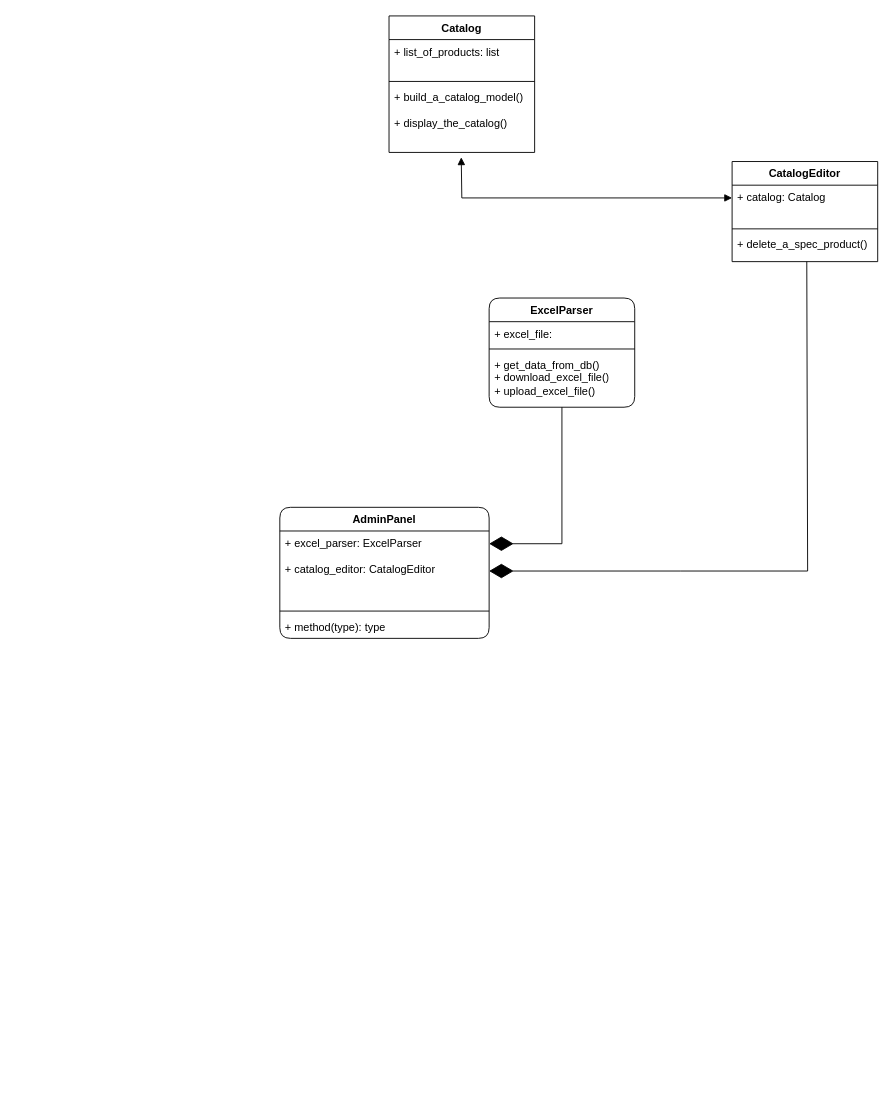
This is pantry_59_bot.drawio from gderpy/pantry_nytva_bot, a draw.io file, before an edit. Source tidied: cells renumbered, new cells numbered last; positions are measured from the earlier drawing's top-left corner, leaving out a move shared by most shapes. Both pictures are drawn from the tidied source at 91%, with x=0, y=0 at pixel (279, 15).
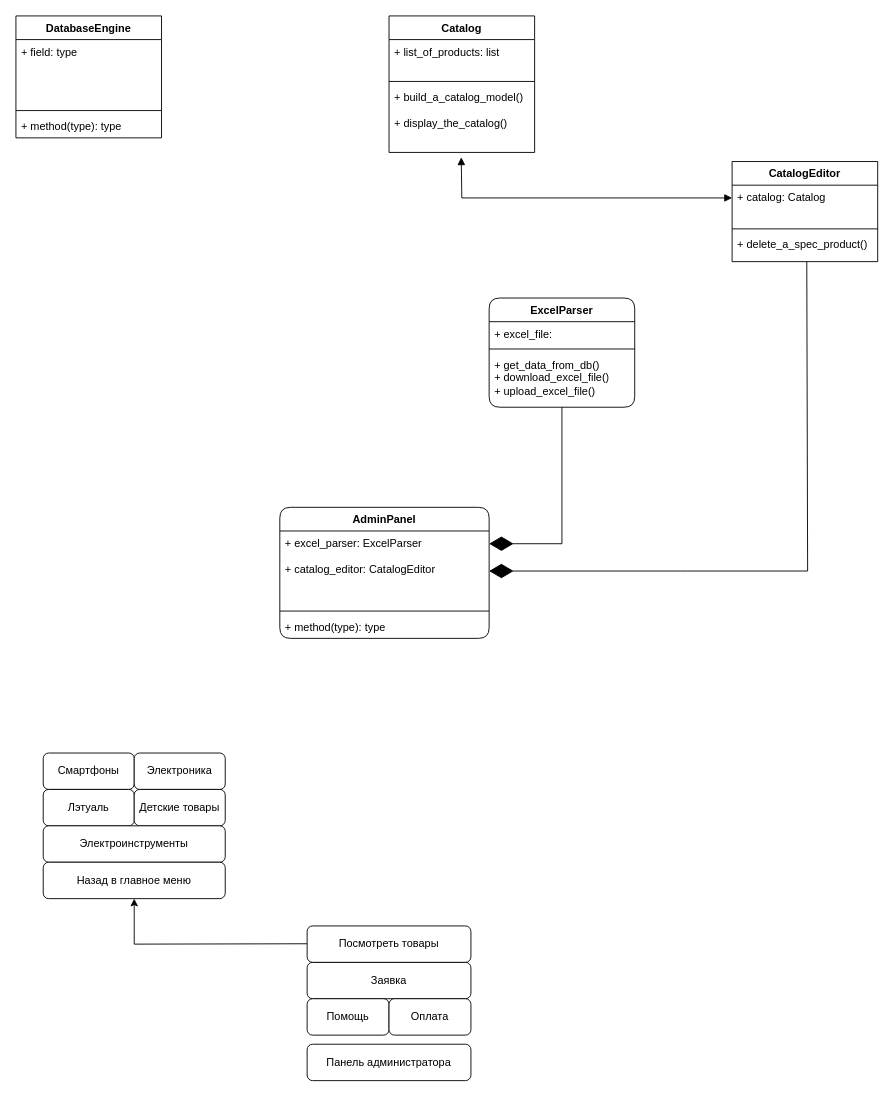
After the change.

Commit message:
Немного добавили схему меню.drawio

Diff of the diagram source:
```diff
@@
+    <mxCell id="21" value="DatabaseEngine" style="swimlane;fontStyle=1;align=center;verticalAlign=top;horizontal=1;startSize=26;whiteSpace=wrap;html=1;" parent="1" vertex="1">
+      <mxGeometry x="-290" width="160" height="134" as="geometry" />
+    </mxCell>
+    <mxCell id="22" value="+ field: type" style="text;strokeColor=none;fillColor=none;align=left;verticalAlign=top;spacingLeft=4;spacingRight=4;overflow=hidden;whiteSpace=wrap;html=1;" parent="21" vertex="1">
+      <mxGeometry y="26" width="160" height="74" as="geometry" />
+    </mxCell>
+    <mxCell id="23" style="line;strokeWidth=1;fillColor=none;align=left;verticalAlign=middle;spacingTop=-1;spacingLeft=3;spacingRight=3;labelPosition=right;strokeColor=inherit;" parent="21" vertex="1">
+      <mxGeometry y="100" width="160" height="8" as="geometry" />
+    </mxCell>
+    <mxCell id="24" value="+ method(type): type" style="text;strokeColor=none;fillColor=none;align=left;verticalAlign=top;spacingLeft=4;spacingRight=4;overflow=hidden;whiteSpace=wrap;html=1;" parent="21" vertex="1">
+      <mxGeometry y="108" width="160" height="26" as="geometry" />
+    </mxCell>
+    <mxCell id="25" value="Заявка" style="rounded=1;whiteSpace=wrap;html=1;" parent="1" vertex="1">
+      <mxGeometry x="30" y="1040" width="180" height="40" as="geometry" />
+    </mxCell>
+    <mxCell id="26" value="Посмотреть товары" style="rounded=1;whiteSpace=wrap;html=1;strokeWidth=1;" parent="1" vertex="1">
+      <mxGeometry x="30" y="1000" width="180" height="40" as="geometry" />
+    </mxCell>
+    <mxCell id="27" value="Помощь" style="rounded=1;whiteSpace=wrap;html=1;" parent="1" vertex="1">
+      <mxGeometry x="30" y="1080" width="90" height="40" as="geometry" />
+    </mxCell>
+    <mxCell id="28" value="Оплата" style="rounded=1;whiteSpace=wrap;html=1;" parent="1" vertex="1">
+      <mxGeometry x="120" y="1080" width="90" height="40" as="geometry" />
+    </mxCell>
+    <mxCell id="29" value="Смартфоны" style="rounded=1;whiteSpace=wrap;html=1;" parent="1" vertex="1">
+      <mxGeometry x="-260" y="810" width="100" height="40" as="geometry" />
+    </mxCell>
+    <mxCell id="30" value="Электроника" style="rounded=1;whiteSpace=wrap;html=1;" parent="1" vertex="1">
+      <mxGeometry x="-160" y="810" width="100" height="40" as="geometry" />
+    </mxCell>
+    <mxCell id="31" value="Лэтуаль" style="rounded=1;whiteSpace=wrap;html=1;" parent="1" vertex="1">
+      <mxGeometry x="-260" y="850" width="100" height="40" as="geometry" />
+    </mxCell>
+    <mxCell id="32" value="Детские товары" style="rounded=1;whiteSpace=wrap;html=1;" parent="1" vertex="1">
+      <mxGeometry x="-160" y="850" width="100" height="40" as="geometry" />
+    </mxCell>
+    <mxCell id="33" value="Электроинструменты" style="rounded=1;whiteSpace=wrap;html=1;" parent="1" vertex="1">
+      <mxGeometry x="-260" y="890" width="200" height="40" as="geometry" />
+    </mxCell>
+    <mxCell id="34" value="Назад в главное меню" style="rounded=1;whiteSpace=wrap;html=1;" parent="1" vertex="1">
+      <mxGeometry x="-260" y="930" width="200" height="40" as="geometry" />
+    </mxCell>
+    <mxCell id="35" style="endArrow=classic;html=1;rounded=0;entryX=0.5;entryY=1;entryDx=0;entryDy=0;" parent="1" edge="1" target="34">
+      <mxGeometry relative="1" as="geometry">
+        <mxPoint x="30" y="1019.6" as="sourcePoint" />
+        <Array as="points">
+          <mxPoint x="-160" y="1020" />
+        </Array>
+      </mxGeometry>
+    </mxCell>
+    <mxCell id="36" value="Панель администратора" style="rounded=1;whiteSpace=wrap;html=1;" parent="1" vertex="1">
+      <mxGeometry x="30" y="1130" width="180" height="40" as="geometry" />
+    </mxCell>
```
